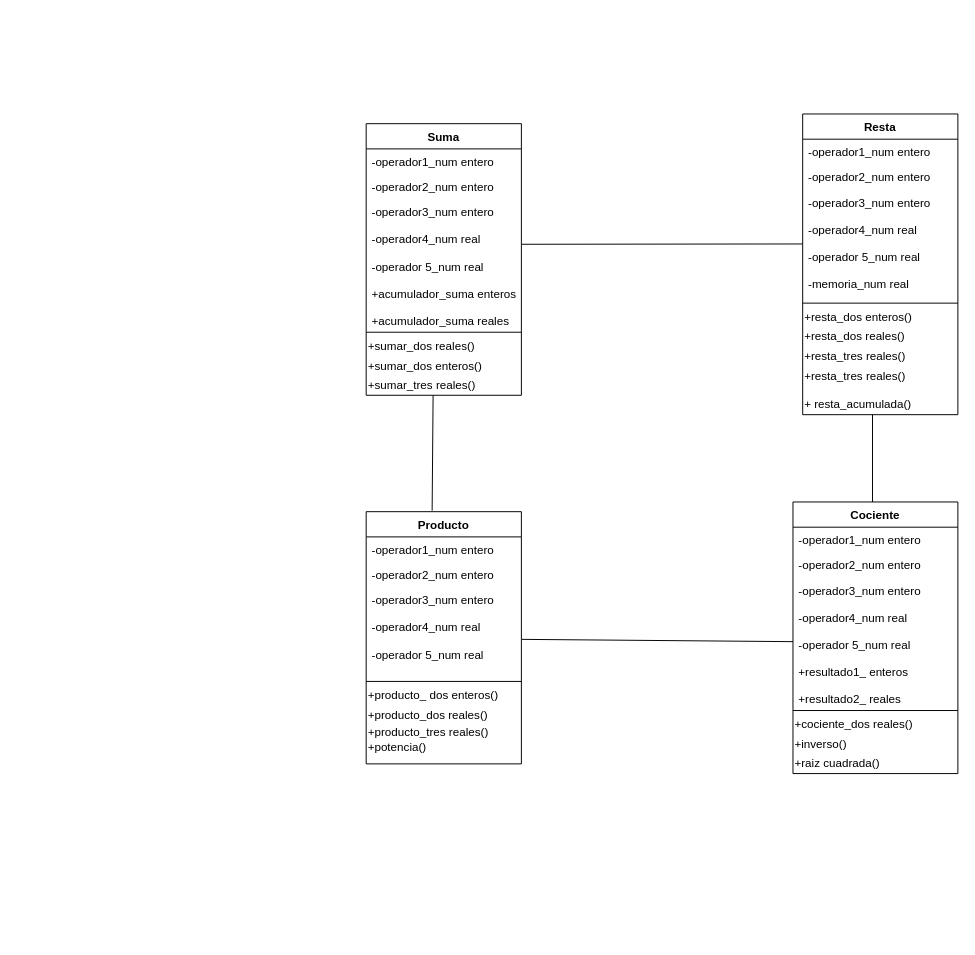
Earlier version of the draw.io diagram UML/Actividad_4_Req2_Clase.drawio (Vasi81/Calculadora_Entornos). Source tidied: cells renumbered, new cells numbered last; positions are measured from the earlier drawing's top-left corner, leaving out a move shared by most shapes. Both pictures are drawn from the tidied source at 97%, with x=0, y=0 at pixel (366, 113).
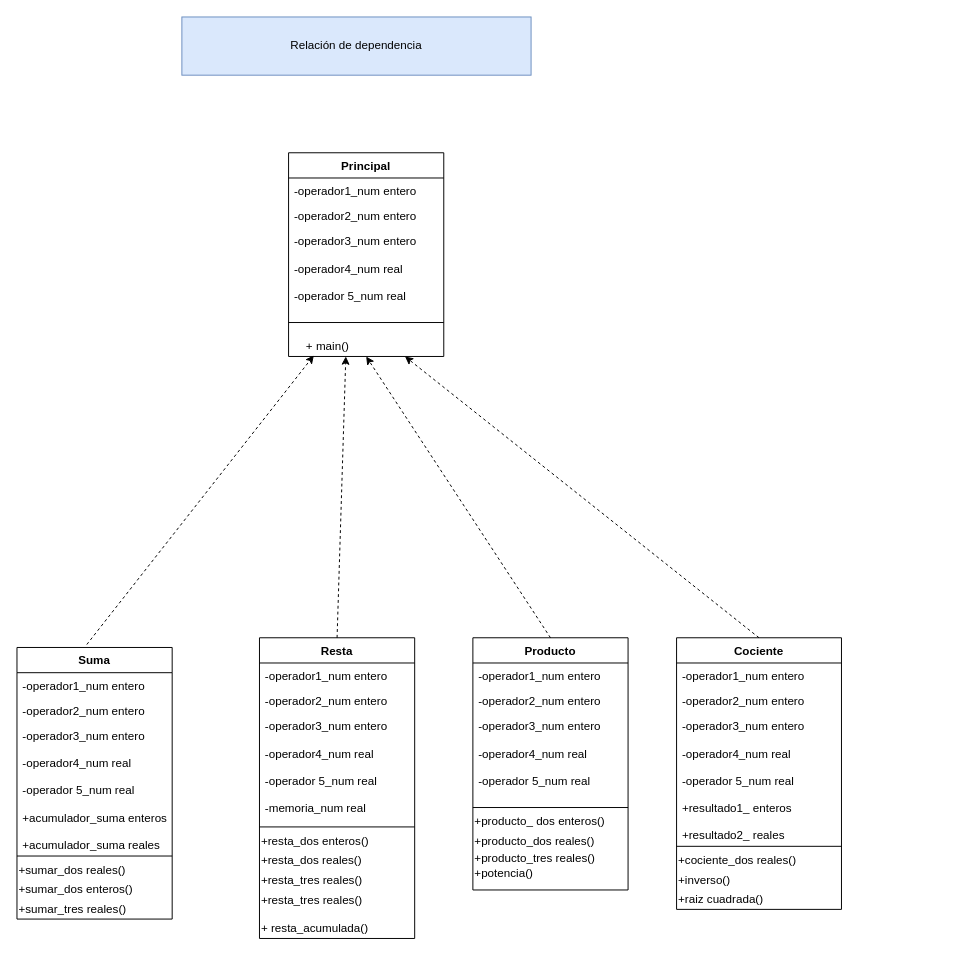
The same page after the edit.

Commit message:
diagrama de clases rel. dependencia

The change refers to these unchanged cells:
```xml
<mxCell id="5" value="-operador3_num entero&#10;&#10;-operador4_num real&#10;&#10;-operador 5_num real&#10;&#10;+acumulador_suma enteros&#10;&#10;+acumulador_suma reales" style="text;align=left;verticalAlign=top;spacingLeft=4;spacingRight=4;overflow=hidden;points=[[0,0.5],[1,0.5]];portConstraint=eastwest;rounded=0;shadow=0;html=0;" parent="2" vertex="1">
  <mxGeometry y="78" width="160" height="132" as="geometry" />
</mxCell>
<mxCell id="13" value="-operador3_num entero&#10;&#10;-operador4_num real&#10;&#10;-operador 5_num real&#10;&#10;-memoria_num real&#10;&#10;" style="text;align=left;verticalAlign=top;spacingLeft=4;spacingRight=4;overflow=hidden;points=[[0,0.5],[1,0.5]];portConstraint=eastwest;rounded=0;shadow=0;html=0;" parent="10" vertex="1">
  <mxGeometry y="78" width="160" height="112" as="geometry" />
</mxCell>
<mxCell id="22" value="-operador3_num entero&#10;&#10;-operador4_num real&#10;&#10;-operador 5_num real&#10;&#10;&#10;&#10;" style="text;align=left;verticalAlign=top;spacingLeft=4;spacingRight=4;overflow=hidden;points=[[0,0.5],[1,0.5]];portConstraint=eastwest;rounded=0;shadow=0;html=0;" parent="19" vertex="1">
  <mxGeometry y="78" width="160" height="92" as="geometry" />
</mxCell>
<mxCell id="30" value="-operador3_num entero&#10;&#10;-operador4_num real&#10;&#10;-operador 5_num real&#10;&#10;+resultado1_ enteros&#10;&#10;+resultado2_ reales" style="text;align=left;verticalAlign=top;spacingLeft=4;spacingRight=4;overflow=hidden;points=[[0,0.5],[1,0.5]];portConstraint=eastwest;rounded=0;shadow=0;html=0;" parent="27" vertex="1">
  <mxGeometry y="78" width="170" height="132" as="geometry" />
</mxCell>
```

What changed in the source:
```diff
@@
     <mxCell id="2" value="Suma" style="swimlane;fontStyle=1;align=center;verticalAlign=top;horizontal=1;startSize=26;rounded=0;shadow=0;strokeWidth=1;" parent="1" vertex="1">
-      <mxGeometry y="10" width="160" height="280" as="geometry" />
+      <mxGeometry x="-360" y="550" width="160" height="280" as="geometry" />
     </mxCell>
@@
     <mxCell id="10" value="Resta&#10;" style="swimlane;fontStyle=1;align=center;verticalAlign=top;horizontal=1;startSize=26;rounded=0;shadow=0;strokeWidth=1;" parent="1" vertex="1">
-      <mxGeometry x="450" width="160" height="310" as="geometry" />
+      <mxGeometry x="-110" y="540" width="160" height="310" as="geometry" />
     </mxCell>
@@
     <mxCell id="19" value="Producto" style="swimlane;fontStyle=1;align=center;verticalAlign=top;horizontal=1;startSize=26;rounded=0;shadow=0;strokeWidth=1;" parent="1" vertex="1">
-      <mxGeometry y="410" width="160" height="260" as="geometry" />
+      <mxGeometry x="110" y="540" width="160" height="260" as="geometry" />
     </mxCell>
@@
     <mxCell id="27" value="Cociente" style="swimlane;fontStyle=1;align=center;verticalAlign=top;horizontal=1;startSize=26;rounded=0;shadow=0;strokeWidth=1;" parent="1" vertex="1">
-      <mxGeometry x="440" y="400" width="170" height="280" as="geometry" />
+      <mxGeometry x="320" y="540" width="170" height="280" as="geometry" />
     </mxCell>
@@
-    <mxCell id="35" style="endArrow=none;html=1;fontColor=#000000;exitX=1.004;exitY=0.351;exitDx=0;exitDy=0;exitPerimeter=0;entryX=0;entryY=0.5;entryDx=0;entryDy=0;" parent="1" edge="1" source="5" target="13">
-      <mxGeometry relative="1" as="geometry" />
-    </mxCell>
-    <mxCell id="36" style="endArrow=none;html=1;fontColor=#000000;exitX=0.425;exitY=-0.004;exitDx=0;exitDy=0;exitPerimeter=0;" parent="1" edge="1" source="19">
-      <mxGeometry relative="1" as="geometry">
-        <mxPoint x="69" y="290" as="targetPoint" />
-      </mxGeometry>
-    </mxCell>
-    <mxCell id="37" style="endArrow=none;html=1;fontColor=#000000;" parent="1" edge="1">
-      <mxGeometry relative="1" as="geometry">
-        <mxPoint x="522" y="400" as="sourcePoint" />
-        <mxPoint x="522" y="310" as="targetPoint" />
-      </mxGeometry>
-    </mxCell>
-    <mxCell id="38" style="endArrow=none;html=1;fontColor=#000000;exitX=1.004;exitY=0.583;exitDx=0;exitDy=0;exitPerimeter=0;entryX=0;entryY=0.5;entryDx=0;entryDy=0;" parent="1" edge="1" source="22" target="30">
-      <mxGeometry relative="1" as="geometry" />
-    </mxCell>
+    <mxCell id="39" value="Principal" style="swimlane;fontStyle=1;align=center;verticalAlign=top;horizontal=1;startSize=26;rounded=0;shadow=0;strokeWidth=1;" parent="1" vertex="1">
+      <mxGeometry x="-80" y="40" width="160" height="210" as="geometry" />
+    </mxCell>
+    <mxCell id="40" value="-operador1_num entero" style="text;align=left;verticalAlign=top;spacingLeft=4;spacingRight=4;overflow=hidden;" parent="39" vertex="1">
+      <mxGeometry y="26" width="160" height="26" as="geometry" />
+    </mxCell>
+    <mxCell id="41" value="-operador2_num entero" style="text;align=left;verticalAlign=top;spacingLeft=4;spacingRight=4;overflow=hidden;rounded=0;shadow=0;html=0;" parent="39" vertex="1">
+      <mxGeometry y="52" width="160" height="26" as="geometry" />
+    </mxCell>
+    <mxCell id="42" value="-operador3_num entero&#10;&#10;-operador4_num real&#10;&#10;-operador 5_num real&#10;&#10;&#10;&#10;" style="text;align=left;verticalAlign=top;spacingLeft=4;spacingRight=4;overflow=hidden;rounded=0;shadow=0;html=0;" parent="39" vertex="1">
+      <mxGeometry y="78" width="160" height="92" as="geometry" />
+    </mxCell>
+    <mxCell id="43" style="line;html=1;strokeWidth=1;align=left;verticalAlign=middle;spacingTop=-1;spacingLeft=3;spacingRight=3;labelPosition=right;" parent="39" vertex="1">
+      <mxGeometry y="170" width="160" height="10" as="geometry" />
+    </mxCell>
+    <mxCell id="44" style="endArrow=classic;html=1;entryX=0.5;entryY=1;entryDx=0;entryDy=0;exitX=0.5;exitY=0;exitDx=0;exitDy=0;dashed=1;" parent="1" edge="1" source="19" target="39">
+      <mxGeometry relative="1" as="geometry" />
+    </mxCell>
+    <mxCell id="45" style="endArrow=classic;html=1;exitX=0.45;exitY=-0.011;exitDx=0;exitDy=0;dashed=1;exitPerimeter=0;entryX=0.267;entryY=0.95;entryDx=0;entryDy=0;entryPerimeter=0;" parent="1" edge="1" source="2" target="48">
+      <mxGeometry relative="1" as="geometry" />
+    </mxCell>
+    <mxCell id="46" style="endArrow=classic;html=1;exitX=0.5;exitY=0;exitDx=0;exitDy=0;dashed=1;entryX=0.817;entryY=1;entryDx=0;entryDy=0;entryPerimeter=0;" parent="1" edge="1" source="10" target="48">
+      <mxGeometry relative="1" as="geometry" />
+    </mxCell>
+    <mxCell id="47" style="endArrow=classic;html=1;entryX=0.75;entryY=1;entryDx=0;entryDy=0;exitX=0.5;exitY=0;exitDx=0;exitDy=0;dashed=1;" parent="1" edge="1" source="27" target="39">
+      <mxGeometry relative="1" as="geometry" />
+    </mxCell>
+    <mxCell id="48" value="+ main()" style="text;html=1;align=center;verticalAlign=middle;points=[];" parent="1" vertex="1">
+      <mxGeometry x="-70" y="230" width="60" height="20" as="geometry" />
+    </mxCell>
+    <mxCell id="49" value="Relación de dependencia" style="rounded=0;whiteSpace=wrap;html=1;fillColor=#dae8fc;strokeColor=#6c8ebf;" parent="1" vertex="1">
+      <mxGeometry x="-190" y="-100" width="360" height="60" as="geometry" />
+    </mxCell>
```
